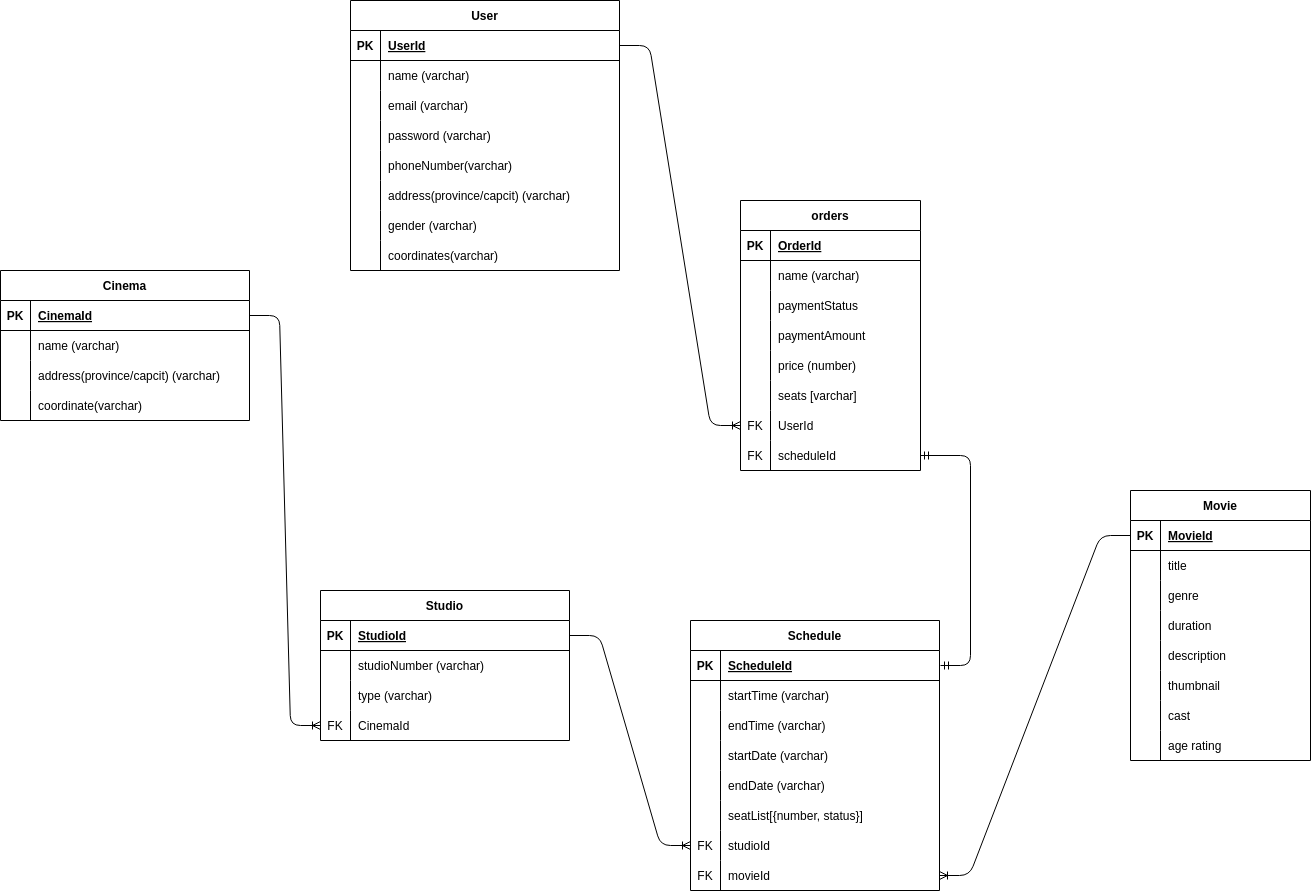
This is schema.drawio.png from celestial-ticket/server, a draw.io export, as it was before one commit. Source tidied: cells renumbered, new cells last; positions are measured from the earlier drawing's top-left corner, leaving out a move shared by most shapes.
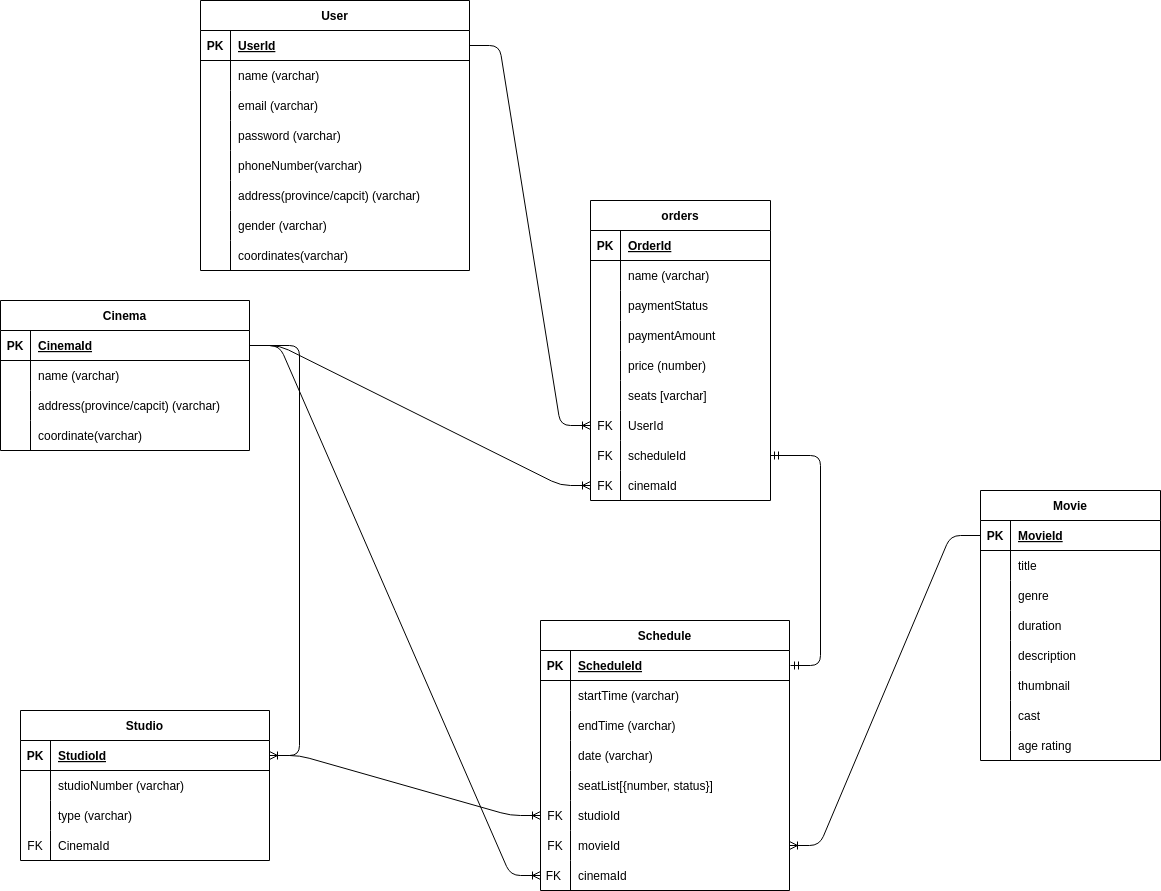
After the change.

Change to the diagram source:
```diff
@@ -78,7 +78,7 @@
       <mxGeometry x="30" width="239" height="30" as="geometry" />
     </mxCell>
     <mxCell id="27" value="Cinema" style="shape=table;startSize=30;rowLines=0;fontStyle=1;align=center;" parent="1" vertex="1">
-      <mxGeometry y="270" width="249" height="150" as="geometry" />
+      <mxGeometry x="150" y="300" width="249" height="150" as="geometry" />
     </mxCell>
     <mxCell id="28" style="shape=tableRow;horizontal=0;startSize=0;swimlaneHead=0;swimlaneBody=0;fillColor=none;points=[[0,0.5],[1,0.5]];portConstraint=eastwest;top=0;left=0;right=0;bottom=1;" parent="27" vertex="1">
       <mxGeometry y="30" width="249" height="30" as="geometry" />
@@ -117,7 +117,7 @@
       <mxGeometry x="30" width="219" height="30" as="geometry" />
     </mxCell>
     <mxCell id="40" value="orders" style="shape=table;startSize=30;rowLines=0;fontStyle=1;align=center;" parent="1" vertex="1">
-      <mxGeometry x="740" y="200" width="180" height="270" as="geometry" />
+      <mxGeometry x="740" y="200" width="180" height="300" as="geometry" />
     </mxCell>
     <mxCell id="41" style="shape=tableRow;horizontal=0;startSize=0;swimlaneHead=0;swimlaneBody=0;fillColor=none;top=0;left=0;right=0;bottom=1;" parent="40" vertex="1">
       <mxGeometry y="30" width="180" height="30" as="geometry" />
@@ -191,6 +191,15 @@
     <mxCell id="64" value="scheduleId" style="shape=partialRectangle;fillColor=none;top=0;left=0;bottom=0;right=0;align=left;spacingLeft=6;overflow=hidden;" parent="62" vertex="1">
       <mxGeometry x="30" width="150" height="30" as="geometry" />
     </mxCell>
+    <mxCell id="133" style="shape=tableRow;horizontal=0;startSize=0;swimlaneHead=0;swimlaneBody=0;fillColor=none;points=[[0,0.5],[1,0.5]];portConstraint=eastwest;top=0;left=0;right=0;bottom=0;" parent="40" vertex="1">
+      <mxGeometry y="270" width="180" height="30" as="geometry" />
+    </mxCell>
+    <mxCell id="134" value="FK" style="shape=partialRectangle;fillColor=none;top=0;left=0;bottom=0;right=0;overflow=hidden;" parent="133" vertex="1">
+      <mxGeometry width="30" height="30" as="geometry" />
+    </mxCell>
+    <mxCell id="135" value="cinemaId" style="shape=partialRectangle;fillColor=none;top=0;left=0;bottom=0;right=0;align=left;spacingLeft=6;overflow=hidden;" parent="133" vertex="1">
+      <mxGeometry x="30" width="150" height="30" as="geometry" />
+    </mxCell>
     <mxCell id="65" value="Movie" style="shape=table;startSize=30;rowLines=0;fontStyle=1;align=center;" parent="1" vertex="1">
       <mxGeometry x="1130" y="490" width="180" height="270" as="geometry" />
     </mxCell>
@@ -270,7 +279,7 @@
       <mxGeometry relative="1" as="geometry" />
     </mxCell>
     <mxCell id="91" value="Studio" style="shape=table;startSize=30;rowLines=0;fontStyle=1;align=center;" parent="1" vertex="1">
-      <mxGeometry x="320" y="590" width="249" height="150" as="geometry" />
+      <mxGeometry x="170" y="710" width="249" height="150" as="geometry" />
     </mxCell>
     <mxCell id="92" style="shape=tableRow;horizontal=0;startSize=0;swimlaneHead=0;swimlaneBody=0;fillColor=none;points=[[0,0.5],[1,0.5]];portConstraint=eastwest;top=0;left=0;right=0;bottom=1;" parent="91" vertex="1">
       <mxGeometry y="30" width="249" height="30" as="geometry" />
@@ -308,7 +317,7 @@
     <mxCell id="103" value="CinemaId" style="shape=partialRectangle;fillColor=none;top=0;left=0;bottom=0;right=0;align=left;spacingLeft=6;overflow=hidden;" parent="101" vertex="1">
       <mxGeometry x="30" width="219" height="30" as="geometry" />
     </mxCell>
-    <mxCell id="104" style="edgeStyle=entityRelationEdgeStyle;fontSize=12;html=1;endArrow=ERoneToMany;exitX=1;exitY=0.5;exitDx=0;exitDy=0;entryX=0;entryY=0.5;entryDx=0;entryDy=0;" parent="1" edge="1" source="28" target="101">
+    <mxCell id="104" style="edgeStyle=entityRelationEdgeStyle;fontSize=12;html=1;endArrow=ERoneToMany;exitX=1;exitY=0.5;exitDx=0;exitDy=0;" parent="1" edge="1" source="28" target="92">
       <mxGeometry relative="1" as="geometry" />
     </mxCell>
     <mxCell id="105" value="Schedule" style="shape=table;startSize=30;rowLines=0;fontStyle=1;align=center;" parent="1" vertex="1">
@@ -341,26 +350,17 @@
     <mxCell id="114" value="endTime (varchar)" style="shape=partialRectangle;fillColor=none;top=0;left=0;bottom=0;right=0;align=left;spacingLeft=6;overflow=hidden;" parent="112" vertex="1">
       <mxGeometry x="30" width="219" height="30" as="geometry" />
     </mxCell>
-    <mxCell id="115" style="shape=tableRow;horizontal=0;startSize=0;swimlaneHead=0;swimlaneBody=0;fillColor=none;top=0;left=0;right=0;bottom=0;" parent="105" vertex="1">
-      <mxGeometry y="120" width="249" height="30" as="geometry" />
-    </mxCell>
-    <mxCell id="116" style="shape=partialRectangle;fillColor=none;top=0;left=0;bottom=0;right=0;overflow=hidden;" parent="115" vertex="1">
-      <mxGeometry width="30" height="30" as="geometry" />
-    </mxCell>
-    <mxCell id="117" value="startDate (varchar)" style="shape=partialRectangle;fillColor=none;top=0;left=0;bottom=0;right=0;align=left;spacingLeft=6;overflow=hidden;" parent="115" vertex="1">
-      <mxGeometry x="30" width="219" height="30" as="geometry" />
-    </mxCell>
     <mxCell id="118" style="shape=tableRow;horizontal=0;startSize=0;swimlaneHead=0;swimlaneBody=0;fillColor=none;top=0;left=0;right=0;bottom=0;" parent="105" vertex="1">
-      <mxGeometry y="150" width="249" height="30" as="geometry" />
+      <mxGeometry y="120" width="249" height="30" as="geometry" />
     </mxCell>
     <mxCell id="119" style="shape=partialRectangle;fillColor=none;top=0;left=0;bottom=0;right=0;overflow=hidden;" parent="118" vertex="1">
       <mxGeometry width="30" height="30" as="geometry" />
     </mxCell>
-    <mxCell id="120" value="endDate (varchar)" style="shape=partialRectangle;fillColor=none;top=0;left=0;bottom=0;right=0;align=left;spacingLeft=6;overflow=hidden;" parent="118" vertex="1">
+    <mxCell id="120" value="date (varchar)" style="shape=partialRectangle;fillColor=none;top=0;left=0;bottom=0;right=0;align=left;spacingLeft=6;overflow=hidden;" parent="118" vertex="1">
       <mxGeometry x="30" width="219" height="30" as="geometry" />
     </mxCell>
     <mxCell id="121" style="shape=tableRow;horizontal=0;startSize=0;swimlaneHead=0;swimlaneBody=0;fillColor=none;top=0;left=0;right=0;bottom=0;" parent="105" vertex="1">
-      <mxGeometry y="180" width="249" height="30" as="geometry" />
+      <mxGeometry y="150" width="249" height="30" as="geometry" />
     </mxCell>
     <mxCell id="122" style="shape=partialRectangle;fillColor=none;top=0;left=0;bottom=0;right=0;overflow=hidden;" parent="121" vertex="1">
       <mxGeometry width="30" height="30" as="geometry" />
@@ -369,7 +369,7 @@
       <mxGeometry x="30" width="219" height="30" as="geometry" />
     </mxCell>
     <mxCell id="124" style="shape=tableRow;horizontal=0;startSize=0;swimlaneHead=0;swimlaneBody=0;fillColor=none;points=[[0,0.5],[1,0.5]];portConstraint=eastwest;top=0;left=0;right=0;bottom=0;" parent="105" vertex="1">
-      <mxGeometry y="210" width="249" height="30" as="geometry" />
+      <mxGeometry y="180" width="249" height="30" as="geometry" />
     </mxCell>
     <mxCell id="125" value="FK" style="shape=partialRectangle;fillColor=none;top=0;left=0;bottom=0;right=0;overflow=hidden;" parent="124" vertex="1">
       <mxGeometry width="30" height="30" as="geometry" />
@@ -378,7 +378,7 @@
       <mxGeometry x="30" width="219" height="30" as="geometry" />
     </mxCell>
     <mxCell id="127" style="shape=tableRow;horizontal=0;startSize=0;swimlaneHead=0;swimlaneBody=0;fillColor=none;points=[[0,0.5],[1,0.5]];portConstraint=eastwest;top=0;left=0;right=0;bottom=0;" parent="105" vertex="1">
-      <mxGeometry y="240" width="249" height="30" as="geometry" />
+      <mxGeometry y="210" width="249" height="30" as="geometry" />
     </mxCell>
     <mxCell id="128" value="FK" style="shape=partialRectangle;fillColor=none;top=0;left=0;bottom=0;right=0;overflow=hidden;" parent="127" vertex="1">
       <mxGeometry width="30" height="30" as="geometry" />
@@ -386,6 +386,15 @@
     <mxCell id="129" value="movieId" style="shape=partialRectangle;fillColor=none;top=0;left=0;bottom=0;right=0;align=left;spacingLeft=6;overflow=hidden;" parent="127" vertex="1">
       <mxGeometry x="30" width="219" height="30" as="geometry" />
     </mxCell>
+    <mxCell id="136" style="shape=tableRow;horizontal=0;startSize=0;swimlaneHead=0;swimlaneBody=0;fillColor=none;points=[[0,0.5],[1,0.5]];portConstraint=eastwest;top=0;left=0;right=0;bottom=0;" parent="105" vertex="1">
+      <mxGeometry y="240" width="249" height="30" as="geometry" />
+    </mxCell>
+    <mxCell id="137" value="FK " style="shape=partialRectangle;fillColor=none;top=0;left=0;bottom=0;right=0;overflow=hidden;" parent="136" vertex="1">
+      <mxGeometry width="30" height="30" as="geometry" />
+    </mxCell>
+    <mxCell id="138" value="cinemaId" style="shape=partialRectangle;fillColor=none;top=0;left=0;bottom=0;right=0;align=left;spacingLeft=6;overflow=hidden;" parent="136" vertex="1">
+      <mxGeometry x="30" width="219" height="30" as="geometry" />
+    </mxCell>
     <mxCell id="130" style="edgeStyle=entityRelationEdgeStyle;fontSize=12;html=1;endArrow=ERoneToMany;exitX=0;exitY=0.5;exitDx=0;exitDy=0;entryX=1;entryY=0.5;entryDx=0;entryDy=0;" parent="1" edge="1" source="66" target="127">
       <mxGeometry relative="1" as="geometry" />
     </mxCell>
@@ -397,5 +406,11 @@
         <mxPoint x="940" y="665" as="sourcePoint" />
       </mxGeometry>
     </mxCell>
+    <mxCell id="139" style="edgeStyle=entityRelationEdgeStyle;fontSize=12;html=1;endArrow=ERoneToMany;exitX=1;exitY=0.5;exitDx=0;exitDy=0;entryX=0;entryY=0.5;entryDx=0;entryDy=0;" parent="1" edge="1" source="28" target="133">
+      <mxGeometry relative="1" as="geometry" />
+    </mxCell>
+    <mxCell id="140" style="edgeStyle=entityRelationEdgeStyle;fontSize=12;html=1;endArrow=ERoneToMany;entryX=0;entryY=0.5;entryDx=0;entryDy=0;" parent="1" edge="1" source="28" target="136">
+      <mxGeometry relative="1" as="geometry" />
+    </mxCell>
   </root>
 </mxGraphModel>
```
